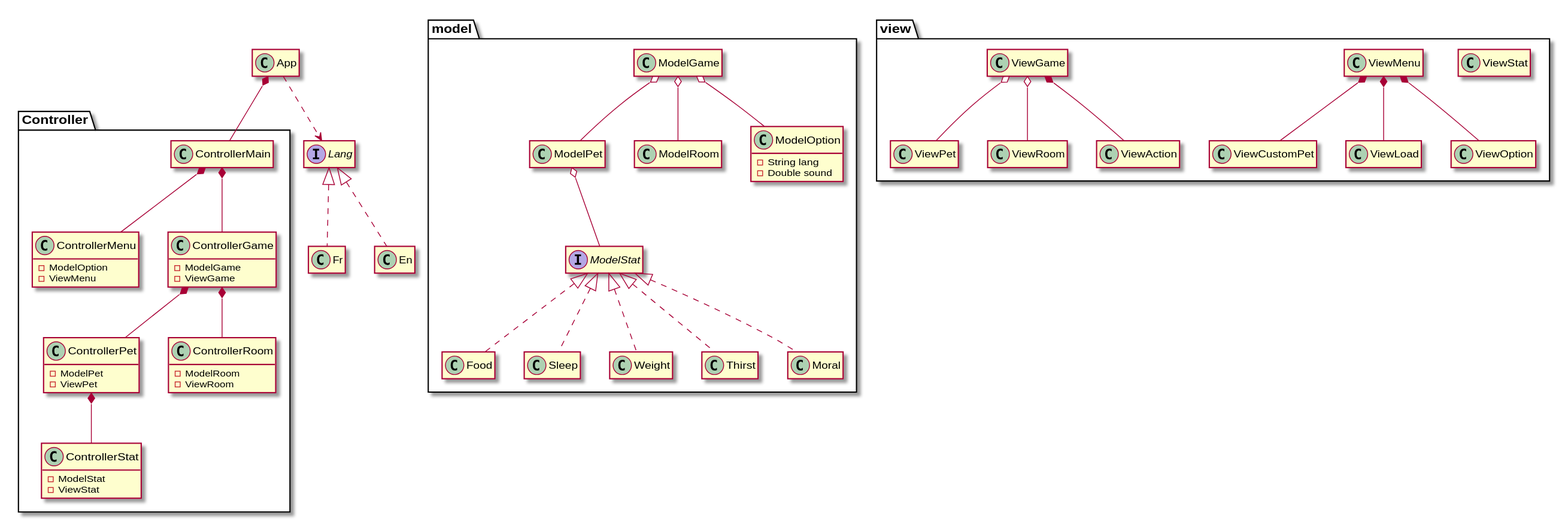
The PlantUML diagram diagrams/svg/diagram-class.svg in 83NJAM1/Tamagotchi, before a commit.
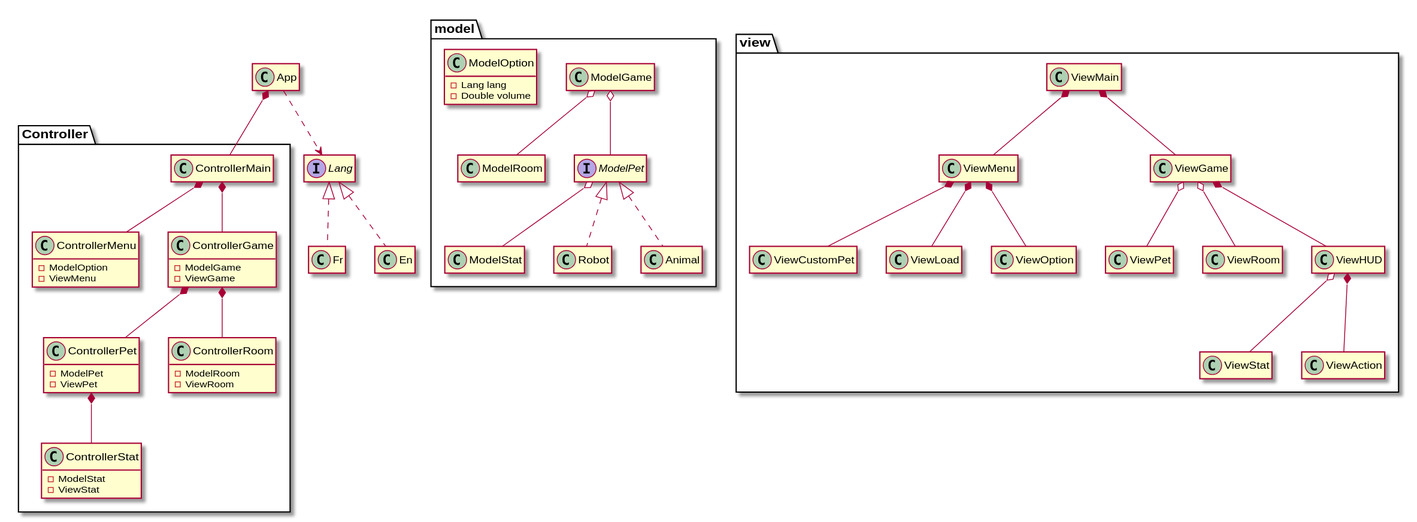
The same diagram one commit later.

What changed in the source:
```diff
@@ -12,31 +12,26 @@
 Lang <|.. En
 
 package model {
-    class ModelPet
     class ModelRoom
     class ModelGame
+    class ModelStat
     class ModelOption {
-        -String lang
-        -Double sound
+	    -Lang lang
+	    -Double volume
     }
-    interface ModelStat
-    class Food
-    class Sleep
-    class Weight
-    class Thirst
-    class Moral
-    ModelStat <|.. Food
-    ModelStat <|.. Sleep
-    ModelStat <|.. Weight
-    ModelStat <|.. Thirst
-    ModelStat <|.. Moral
+    interface ModelPet
+    class Robot
+    class Animal
+
+    ModelPet <|.. Robot
+    ModelPet <|.. Animal
     ModelPet o-- ModelStat
     ModelGame o-- ModelPet
     ModelGame o-- ModelRoom
-    ModelGame o-- ModelOption
 }
 
 package view {
+	class ViewMain
     class ViewPet
     class ViewRoom
     class ViewStat
@@ -46,11 +41,16 @@
     class ViewAction
     class ViewOption
     class ViewGame
+    class ViewHUD
 
+    ViewMain *-- ViewGame
+    ViewMain *-- ViewMenu
     ViewMenu *-- ViewOption
     ViewMenu *-- ViewCustomPet
     ViewMenu *-- ViewLoad
-    ViewGame *-- ViewAction
+    ViewGame *-- ViewHUD
+    ViewHUD  *-- ViewAction
+    ViewHUD  o-- ViewStat
     ViewGame o-- ViewRoom
     ViewGame o-- ViewPet
 }
```
